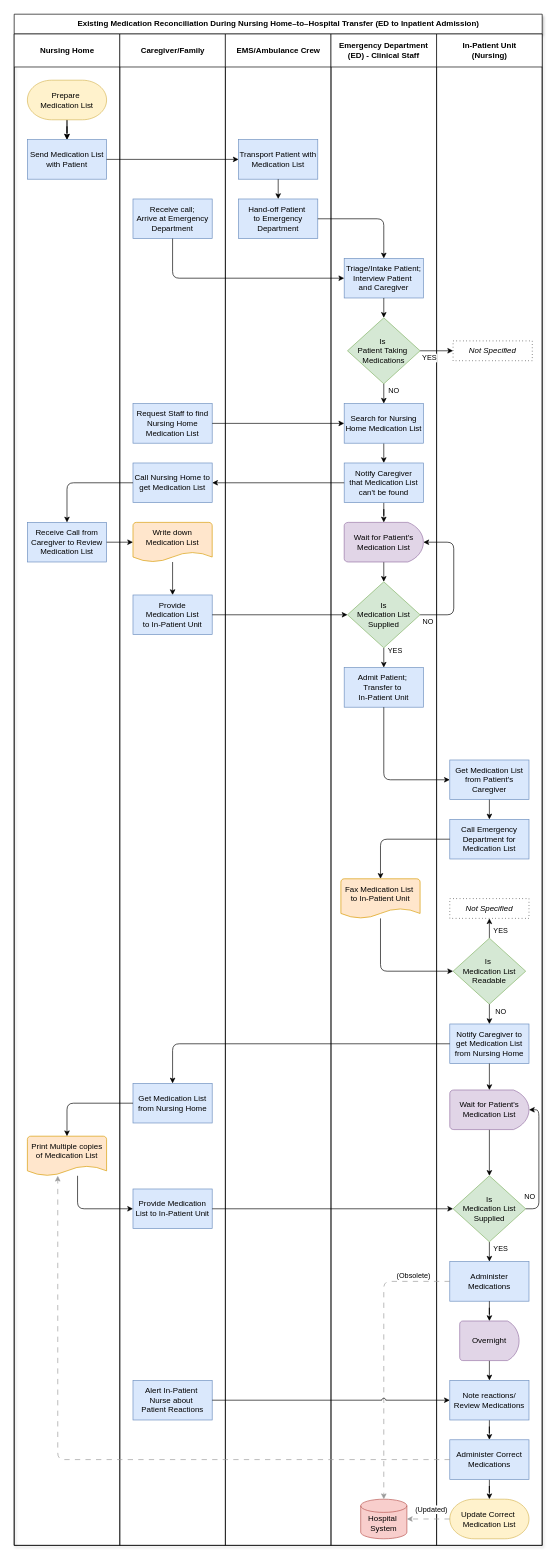
Before: Process Chart.drawio in melmirasol/Case-Problem-6.2, a draw.io diagram. Source tidied: cells renumbered, new cells numbered last; positions are measured from the earlier drawing's top-left corner, leaving out a move shared by most shapes. Both pictures are drawn from the tidied source at 66%, with x=0, y=0 at pixel (14, 14).
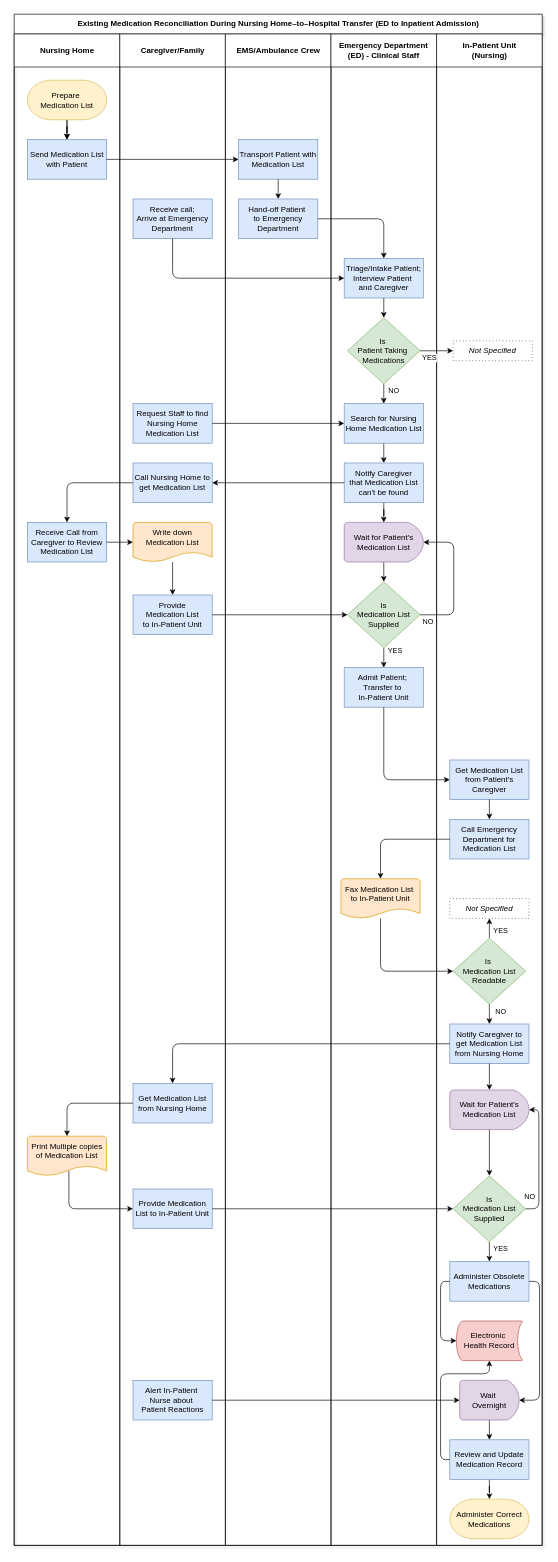
The same page after the edit.

The change refers to these unchanged cells:
```xml
<mxCell id="2" value="Existing Medication Reconciliation During Nursing Home–to–Hospital Transfer (ED to Inpatient Admission)" style="swimlane;startSize=30;html=1;shadow=1;" parent="1" vertex="1">
  <mxGeometry width="800" height="2320" as="geometry" />
</mxCell>
<mxCell id="9" value="&lt;div&gt;Print Multiple copies of Medication List&lt;/div&gt;&lt;div&gt;&lt;br&gt;&lt;/div&gt;" style="strokeWidth=1;html=1;shape=mxgraph.flowchart.document2;whiteSpace=wrap;size=0.25;fillColor=#ffe6cc;strokeColor=#d79b00;" parent="3" vertex="1">
  <mxGeometry x="20" y="1670" width="120" height="60" as="geometry" />
</mxCell>
<mxCell id="15" value="Provide Medication List to&amp;nbsp;&lt;span style=&quot;background-color: transparent; color: light-dark(rgb(0, 0, 0), rgb(255, 255, 255));&quot;&gt;In-Patient Unit&lt;/span&gt;" style="rounded=0;whiteSpace=wrap;html=1;fillColor=#dae8fc;strokeColor=#6c8ebf;" parent="10" vertex="1">
  <mxGeometry x="20" y="1750" width="120" height="60" as="geometry" />
</mxCell>
<mxCell id="16" value="Alert In-Patient&amp;nbsp;&lt;div&gt;Nurse about&amp;nbsp;&lt;/div&gt;&lt;div&gt;Patient Reactions&lt;/div&gt;" style="whiteSpace=wrap;html=1;fillColor=#dae8fc;strokeColor=#6c8ebf;rounded=0;" parent="10" vertex="1">
  <mxGeometry x="20" y="2040" width="120" height="60" as="geometry" />
</mxCell>
<mxCell id="24" value="Emergency Department (ED) -&amp;nbsp;&lt;span style=&quot;background-color: transparent; color: light-dark(rgb(0, 0, 0), rgb(255, 255, 255));&quot;&gt;Clinical&amp;nbsp;Staff&lt;/span&gt;" style="swimlane;startSize=50;html=1;whiteSpace=wrap;" parent="2" vertex="1">
  <mxGeometry x="480" y="30" width="160" height="2290" as="geometry" />
</mxCell>
<mxCell id="43" value="In-Patient Unit&lt;div&gt;(Nursing)&lt;/div&gt;" style="swimlane;startSize=50;html=1;" parent="2" vertex="1">
  <mxGeometry x="640" y="30" width="160" height="2290" as="geometry" />
</mxCell>
```

Change to the diagram source:
```diff
@@
-    <mxCell id="41" value="&lt;div&gt;&lt;br&gt;&lt;/div&gt;Hospital&amp;nbsp;&lt;div&gt;System&lt;/div&gt;" style="strokeWidth=1;html=1;shape=mxgraph.flowchart.database;whiteSpace=wrap;fillColor=#f8cecc;strokeColor=#b85450;" parent="24" vertex="1">
-      <mxGeometry x="45" y="2220" width="70" height="60" as="geometry" />
-    </mxCell>
@@
-    <mxCell id="56" value="Administer Medications" style="whiteSpace=wrap;html=1;fillColor=#dae8fc;strokeColor=#6c8ebf;rounded=0;" parent="43" vertex="1">
+    <mxCell id="56" value="Administer Obsolete Medications" style="whiteSpace=wrap;html=1;fillColor=#dae8fc;strokeColor=#6c8ebf;rounded=0;" parent="43" vertex="1">
       <mxGeometry x="20" y="1860" width="120" height="60" as="geometry" />
     </mxCell>
-    <mxCell id="57" style="edgeStyle=orthogonalEdgeStyle;rounded=0;jettySize=auto;html=1;exitX=0.5;exitY=1;exitDx=0;exitDy=0;exitPerimeter=0;entryX=0.5;entryY=0;entryDx=0;entryDy=0;" parent="43" edge="1" source="58" target="61">
-      <mxGeometry relative="1" as="geometry" />
-    </mxCell>
-    <mxCell id="58" value="Overnight" style="strokeWidth=1;html=1;shape=mxgraph.flowchart.delay;whiteSpace=wrap;fillColor=#e1d5e7;strokeColor=#9673a6;" parent="43" vertex="1">
-      <mxGeometry x="35" y="1950" width="90" height="60" as="geometry" />
-    </mxCell>
-    <mxCell id="59" style="edgeStyle=orthogonalEdgeStyle;rounded=0;jettySize=auto;html=1;entryX=0.5;entryY=0;entryDx=0;entryDy=0;entryPerimeter=0;" parent="43" edge="1" source="56" target="58">
-      <mxGeometry relative="1" as="geometry" />
-    </mxCell>
-    <mxCell id="60" style="edgeStyle=orthogonalEdgeStyle;rounded=0;jettySize=auto;html=1;exitX=0.5;exitY=1;exitDx=0;exitDy=0;" parent="43" edge="1" source="61" target="71">
-      <mxGeometry relative="1" as="geometry" />
-    </mxCell>
-    <mxCell id="61" value="Note reactions/ Review Medications" style="whiteSpace=wrap;html=1;fillColor=#dae8fc;strokeColor=#6c8ebf;rounded=0;" parent="43" vertex="1">
-      <mxGeometry x="20" y="2040" width="120" height="60" as="geometry" />
-    </mxCell>
@@
+    <mxCell id="95" value="Electronic&amp;nbsp;&lt;div&gt;Health Record&lt;/div&gt;" style="strokeWidth=1;html=1;shape=mxgraph.flowchart.stored_data;whiteSpace=wrap;fillColor=#f8cecc;strokeColor=#b85450;" parent="43" vertex="1">
+      <mxGeometry x="30" y="1950" width="100" height="60" as="geometry" />
+    </mxCell>
+    <mxCell id="96" style="edgeStyle=orthogonalEdgeStyle;rounded=1;jettySize=auto;html=1;exitX=0;exitY=0.5;exitDx=0;exitDy=0;entryX=0;entryY=0.5;entryDx=0;entryDy=0;entryPerimeter=0;curved=0;" parent="43" edge="1" source="56" target="95">
+      <mxGeometry relative="1" as="geometry">
+        <Array as="points">
+          <mxPoint x="6" y="1890" />
+          <mxPoint x="6" y="1980" />
+        </Array>
+      </mxGeometry>
+    </mxCell>
+    <mxCell id="59" style="edgeStyle=orthogonalEdgeStyle;rounded=1;jettySize=auto;html=1;exitX=1;exitY=0.5;exitDx=0;exitDy=0;entryX=1;entryY=0.5;entryDx=0;entryDy=0;entryPerimeter=0;curved=0;" parent="43" edge="1" source="56" target="58">
+      <mxGeometry relative="1" as="geometry">
+        <Array as="points">
+          <mxPoint x="156" y="1890" />
+          <mxPoint x="156" y="2070" />
+        </Array>
+      </mxGeometry>
+    </mxCell>
+    <mxCell id="57" style="edgeStyle=orthogonalEdgeStyle;rounded=0;jettySize=auto;html=1;exitX=0.5;exitY=1;exitDx=0;exitDy=0;exitPerimeter=0;entryX=0.5;entryY=0;entryDx=0;entryDy=0;" parent="43" edge="1" source="58" target="61">
+      <mxGeometry relative="1" as="geometry" />
+    </mxCell>
+    <mxCell id="58" value="Wait&amp;nbsp;&lt;div&gt;Overnight&lt;/div&gt;" style="strokeWidth=1;html=1;shape=mxgraph.flowchart.delay;whiteSpace=wrap;fillColor=#e1d5e7;strokeColor=#9673a6;" parent="43" vertex="1">
+      <mxGeometry x="35" y="2040" width="90" height="60" as="geometry" />
+    </mxCell>
+    <mxCell id="97" style="edgeStyle=orthogonalEdgeStyle;rounded=0;jettySize=auto;html=1;exitX=0.5;exitY=1;exitDx=0;exitDy=0;" parent="43" edge="1" source="61" target="69">
+      <mxGeometry relative="1" as="geometry" />
+    </mxCell>
+    <mxCell id="61" value="Review and Update Medication Record" style="whiteSpace=wrap;html=1;fillColor=#dae8fc;strokeColor=#6c8ebf;rounded=0;" parent="43" vertex="1">
+      <mxGeometry x="20" y="2130" width="120" height="60" as="geometry" />
+    </mxCell>
-    <mxCell id="69" value="Update Correct&amp;nbsp;&lt;div&gt;Medication List&lt;/div&gt;" style="strokeWidth=1;html=1;shape=mxgraph.flowchart.terminator;whiteSpace=wrap;fillColor=#fff2cc;strokeColor=#d6b656;" parent="43" vertex="1">
+    <mxCell id="69" value="Administer Correct Medications" style="strokeWidth=1;html=1;shape=mxgraph.flowchart.terminator;whiteSpace=wrap;fillColor=#fff2cc;strokeColor=#d6b656;" parent="43" vertex="1">
       <mxGeometry x="20" y="2220" width="120" height="60" as="geometry" />
     </mxCell>
-    <mxCell id="70" style="edgeStyle=orthogonalEdgeStyle;rounded=0;jettySize=auto;html=1;exitX=0.5;exitY=1;exitDx=0;exitDy=0;" parent="43" edge="1" source="71" target="69">
-      <mxGeometry relative="1" as="geometry" />
-    </mxCell>
-    <mxCell id="71" value="Administer Correct Medications" style="whiteSpace=wrap;html=1;fillColor=#dae8fc;strokeColor=#6c8ebf;rounded=0;" parent="43" vertex="1">
-      <mxGeometry x="20" y="2130" width="120" height="60" as="geometry" />
-    </mxCell>
+    <mxCell id="98" style="edgeStyle=orthogonalEdgeStyle;rounded=1;jettySize=auto;html=1;exitX=0;exitY=0.5;exitDx=0;exitDy=0;entryX=0.5;entryY=1;entryDx=0;entryDy=0;entryPerimeter=0;curved=0;" parent="43" edge="1" source="61" target="95">
+      <mxGeometry relative="1" as="geometry">
+        <Array as="points">
+          <mxPoint x="6" y="2160" />
+          <mxPoint x="6" y="2030" />
+          <mxPoint x="80" y="2030" />
+        </Array>
+      </mxGeometry>
+    </mxCell>
@@
-    <mxCell id="83" style="edgeStyle=orthogonalEdgeStyle;rounded=1;jettySize=auto;html=1;exitX=0;exitY=0.5;exitDx=0;exitDy=0;entryX=0.5;entryY=0;entryDx=0;entryDy=0;entryPerimeter=0;curved=0;dashed=1;dashPattern=8 8;strokeColor=#999999;" parent="2" edge="1" source="56" target="41">
-      <mxGeometry relative="1" as="geometry" />
-    </mxCell>
-    <mxCell id="84" value="(Obsolete)" style="edgeLabel;html=1;align=center;verticalAlign=middle;" parent="83" vertex="1">
-      <mxGeometry x="-0.83" y="-2" relative="1" as="geometry">
-        <mxPoint x="-19" y="-8" as="offset" />
-      </mxGeometry>
-    </mxCell>
-    <mxCell id="85" style="edgeStyle=orthogonalEdgeStyle;rounded=1;jettySize=auto;html=1;exitX=0;exitY=0.5;exitDx=0;exitDy=0;exitPerimeter=0;curved=0;dashed=1;dashPattern=8 8;strokeColor=#999999;" parent="2" edge="1" source="69" target="41">
-      <mxGeometry relative="1" as="geometry" />
-    </mxCell>
-    <mxCell id="86" value="(Updated)" style="edgeLabel;html=1;align=center;verticalAlign=middle;" parent="85" vertex="1">
-      <mxGeometry x="0.25" y="-3" relative="1" as="geometry">
-        <mxPoint x="12" y="-12" as="offset" />
-      </mxGeometry>
-    </mxCell>
-    <mxCell id="87" style="edgeStyle=orthogonalEdgeStyle;rounded=1;jettySize=auto;html=1;entryX=0;entryY=0.5;entryDx=0;entryDy=0;curved=0;" parent="2" edge="1" source="9" target="15">
+    <mxCell id="87" style="edgeStyle=orthogonalEdgeStyle;rounded=1;jettySize=auto;html=1;entryX=0;entryY=0.5;entryDx=0;entryDy=0;curved=0;exitX=0.524;exitY=0.874;exitDx=0;exitDy=0;exitPerimeter=0;" parent="2" edge="1" source="9" target="15">
       <mxGeometry relative="1" as="geometry">
         <Array as="points">
-          <mxPoint x="96" y="1810" />
+          <mxPoint x="83" y="1810" />
         </Array>
       </mxGeometry>
     </mxCell>
@@
-    <mxCell id="89" style="edgeStyle=orthogonalEdgeStyle;rounded=1;jettySize=auto;html=1;exitX=1;exitY=0.5;exitDx=0;exitDy=0;entryX=0;entryY=0.5;entryDx=0;entryDy=0;curved=0;jumpStyle=arc;" parent="2" edge="1" source="16" target="61">
-      <mxGeometry relative="1" as="geometry" />
-    </mxCell>
@@
-    <mxCell id="94" style="edgeStyle=orthogonalEdgeStyle;rounded=1;jettySize=auto;html=1;exitX=0;exitY=0.5;exitDx=0;exitDy=0;curved=0;dashed=1;dashPattern=8 8;strokeColor=#999999;" parent="2" edge="1" source="71" target="9">
-      <mxGeometry relative="1" as="geometry">
-        <Array as="points">
-          <mxPoint x="66" y="2190" />
-        </Array>
-      </mxGeometry>
-    </mxCell>
+    <mxCell id="99" style="edgeStyle=orthogonalEdgeStyle;rounded=0;jettySize=auto;html=1;exitX=1;exitY=0.5;exitDx=0;exitDy=0;entryX=0;entryY=0.5;entryDx=0;entryDy=0;entryPerimeter=0;" parent="2" edge="1" source="16" target="58">
+      <mxGeometry relative="1" as="geometry" />
+    </mxCell>
```
